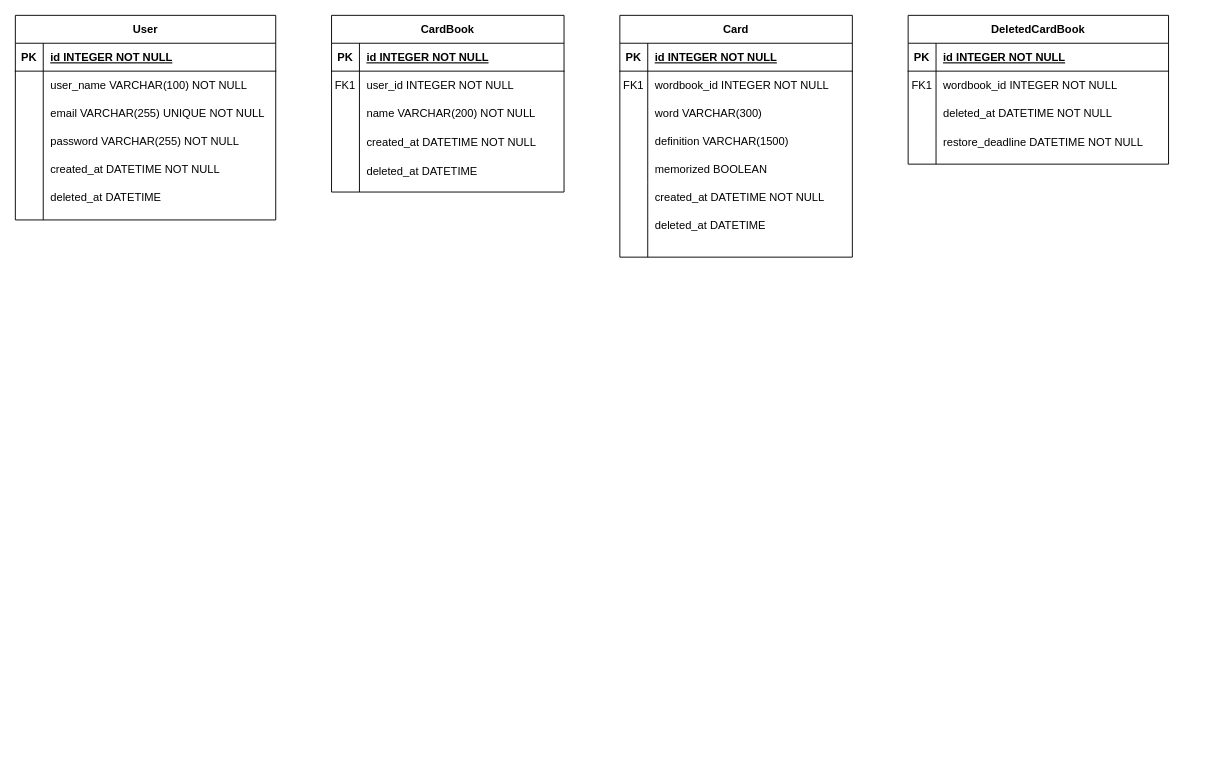
osakanae/tango keeps this draw.io diagram as tango_er.drawio. Above is the earlier version. Source tidied: cells renumbered, new cells numbered last; positions are measured from the earlier drawing's top-left corner, leaving out a move shared by most shapes. Both pictures are drawn from the tidied source at 93%, with x=0, y=0 at pixel (15, 15).
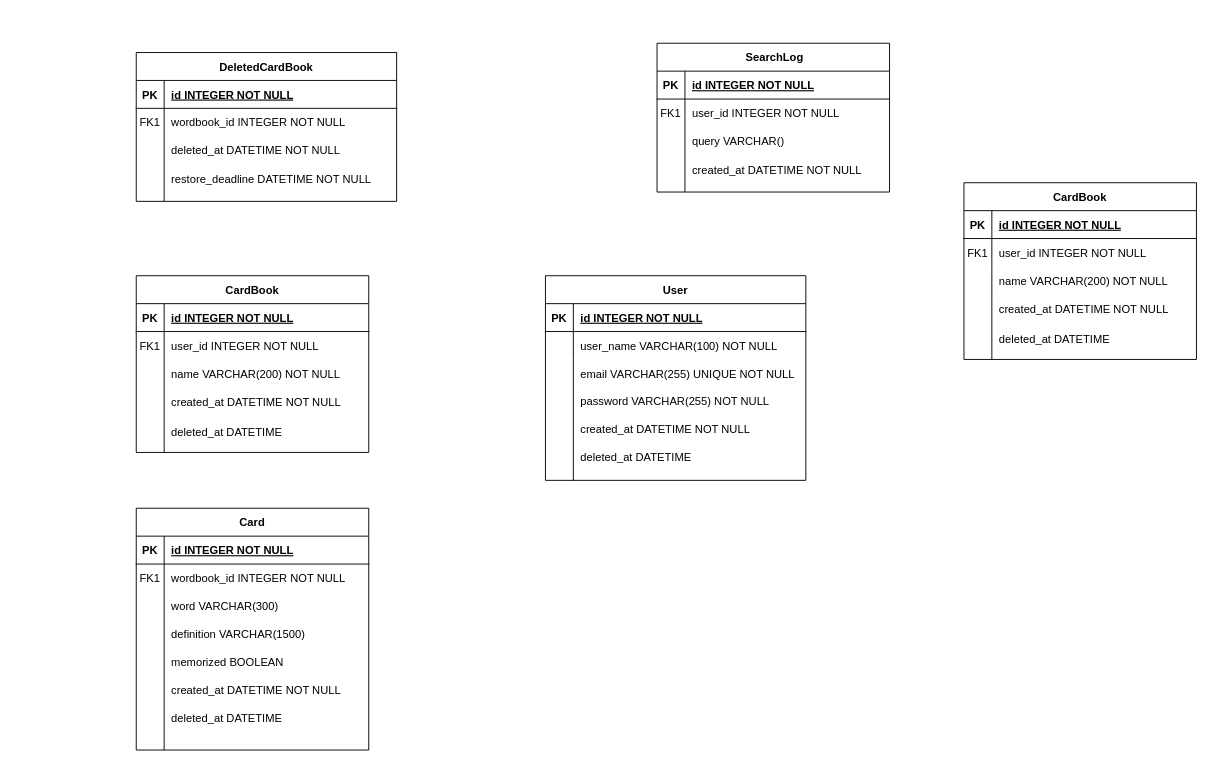
Above is the later version.

Commit message (it also covers changes not shown here):
tango_er.drawio を更新します

The change refers to these unchanged cells:
```xml
<mxCell id="34" style="group;" parent="33" vertex="1">
  <mxGeometry width="250" height="260" as="geometry" />
</mxCell>
```

The edit, as a diff of the source:
```diff
@@
     <mxCell id="2" style="group;" parent="1" vertex="1">
-      <mxGeometry width="280" height="220" as="geometry" />
+      <mxGeometry x="570" y="280" width="280" height="220" as="geometry" />
     </mxCell>
@@
     <mxCell id="16" style="group;" parent="1" vertex="1">
-      <mxGeometry x="340" width="250" height="190" as="geometry" />
+      <mxGeometry x="130" y="280" width="250" height="190" as="geometry" />
     </mxCell>
@@
+    <mxCell id="51" style="group;" parent="1" vertex="1">
+      <mxGeometry x="130" y="40" width="280" height="190" as="geometry" />
+    </mxCell>
+    <mxCell id="52" style="endArrow=none;html=1;rounded=0;" parent="51" edge="1">
+      <mxGeometry relative="1" as="geometry">
+        <mxPoint x="30" y="160" as="sourcePoint" />
+        <mxPoint x="30" y="120" as="targetPoint" />
+      </mxGeometry>
+    </mxCell>
+    <mxCell id="53" style="group;" parent="51" vertex="1">
+      <mxGeometry width="280" height="190" as="geometry" />
+    </mxCell>
+    <mxCell id="54" value="DeletedCardBook" style="shape=table;startSize=30;childLayout=tableLayout;rowLines=0;fontStyle=1;align=center;" parent="53" vertex="1">
+      <mxGeometry width="280" height="160" as="geometry" />
+    </mxCell>
+    <mxCell id="55" style="shape=partialRectangle;fillColor=none;top=0;left=0;right=0;bottom=1;" parent="54" vertex="1">
+      <mxGeometry y="30" width="280" height="30" as="geometry" />
+    </mxCell>
+    <mxCell id="56" value="PK" style="shape=partialRectangle;overflow=hidden;fillColor=none;top=0;left=0;bottom=0;right=0;fontStyle=1;" parent="55" vertex="1">
+      <mxGeometry width="30" height="30" as="geometry" />
+    </mxCell>
+    <mxCell id="57" value="id INTEGER NOT NULL " style="shape=partialRectangle;overflow=hidden;fillColor=none;top=0;left=0;bottom=0;right=0;align=left;spacingLeft=6;fontStyle=5;" parent="55" vertex="1">
+      <mxGeometry x="30" width="250" height="30" as="geometry" />
+    </mxCell>
+    <mxCell id="58" style="shape=partialRectangle;fillColor=none;top=0;left=0;right=0;bottom=0;" parent="54" vertex="1">
+      <mxGeometry y="60" width="280" height="30" as="geometry" />
+    </mxCell>
+    <mxCell id="59" value="FK1" style="shape=partialRectangle;overflow=hidden;fillColor=none;top=0;left=0;bottom=0;right=0;" parent="58" vertex="1">
+      <mxGeometry width="30" height="30" as="geometry" />
+    </mxCell>
+    <mxCell id="60" value="wordbook_id INTEGER NOT NULL" style="shape=partialRectangle;overflow=hidden;fillColor=none;top=0;left=0;bottom=0;right=0;align=left;spacingLeft=6;" parent="58" vertex="1">
+      <mxGeometry x="30" width="250" height="30" as="geometry" />
+    </mxCell>
+    <mxCell id="61" style="shape=partialRectangle;fillColor=none;top=0;left=0;right=0;bottom=0;" parent="54" vertex="1">
+      <mxGeometry y="90" width="280" height="30" as="geometry" />
+    </mxCell>
+    <mxCell id="62" style="shape=partialRectangle;overflow=hidden;fillColor=none;top=0;left=0;bottom=0;right=0;" parent="61" vertex="1">
+      <mxGeometry width="30" height="30" as="geometry" />
+    </mxCell>
+    <mxCell id="63" value="deleted_at DATETIME NOT NULL" style="shape=partialRectangle;overflow=hidden;fillColor=none;top=0;left=0;bottom=0;right=0;align=left;spacingLeft=6;" parent="61" vertex="1">
+      <mxGeometry x="30" width="250" height="30" as="geometry" />
+    </mxCell>
+    <mxCell id="64" value="restore_deadline DATETIME NOT NULL" style="shape=partialRectangle;overflow=hidden;fillColor=none;top=0;left=0;bottom=0;right=0;align=left;spacingLeft=6;" parent="53" vertex="1">
+      <mxGeometry x="30" y="120" width="240" height="31.7" as="geometry" />
+    </mxCell>
+    <mxCell id="65" style="group;" parent="1" vertex="1">
+      <mxGeometry x="130" y="530" width="250" height="260" as="geometry" />
+    </mxCell>
-    <mxCell id="31" style="group;" parent="1" vertex="1">
-      <mxGeometry x="650" width="250" height="260" as="geometry" />
+    <mxCell id="31" style="group;" parent="65" vertex="1">
+      <mxGeometry width="250" height="260" as="geometry" />
     </mxCell>
@@
+    <mxCell id="66" style="group;" parent="34" vertex="1">
+      <mxGeometry width="250" height="260" as="geometry" />
+    </mxCell>
-    <mxCell id="35" value="Card" style="shape=table;startSize=30;childLayout=tableLayout;rowLines=0;fontStyle=1;align=center;" parent="34" vertex="1">
+    <mxCell id="35" value="Card" style="shape=table;startSize=30;childLayout=tableLayout;rowLines=0;fontStyle=1;align=center;" parent="66" vertex="1">
       <mxGeometry width="250" height="260" as="geometry" />
     </mxCell>
@@
-    <mxCell id="45" value="created_at DATETIME NOT NULL" style="shape=partialRectangle;overflow=hidden;fillColor=none;top=0;left=0;bottom=0;right=0;align=left;spacingLeft=6;" parent="34" vertex="1">
+    <mxCell id="45" value="created_at DATETIME NOT NULL" style="shape=partialRectangle;overflow=hidden;fillColor=none;top=0;left=0;bottom=0;right=0;align=left;spacingLeft=6;" parent="66" vertex="1">
       <mxGeometry x="30" y="180" width="220" height="30" as="geometry" />
     </mxCell>
-    <mxCell id="46" value="deleted_at DATETIME" style="shape=partialRectangle;overflow=hidden;fillColor=none;top=0;left=0;bottom=0;right=0;align=left;spacingLeft=6;" parent="34" vertex="1">
+    <mxCell id="46" value="deleted_at DATETIME" style="shape=partialRectangle;overflow=hidden;fillColor=none;top=0;left=0;bottom=0;right=0;align=left;spacingLeft=6;" parent="66" vertex="1">
       <mxGeometry x="30" y="210" width="220" height="30" as="geometry" />
     </mxCell>
-    <mxCell id="47" value="definition VARCHAR(1500) " style="shape=partialRectangle;overflow=hidden;fillColor=none;top=0;left=0;bottom=0;right=0;align=left;spacingLeft=6;" parent="34" vertex="1" collapsed="1">
+    <mxCell id="47" value="definition VARCHAR(1500) " style="shape=partialRectangle;overflow=hidden;fillColor=none;top=0;left=0;bottom=0;right=0;align=left;spacingLeft=6;" parent="66" vertex="1" collapsed="1">
       <mxGeometry x="30" y="120" width="220" height="30" as="geometry" />
     </mxCell>
-    <mxCell id="48" value="memorized BOOLEAN" style="shape=partialRectangle;overflow=hidden;fillColor=none;top=0;left=0;bottom=0;right=0;align=left;spacingLeft=6;" parent="34" vertex="1">
+    <mxCell id="48" value="memorized BOOLEAN" style="shape=partialRectangle;overflow=hidden;fillColor=none;top=0;left=0;bottom=0;right=0;align=left;spacingLeft=6;" parent="66" vertex="1">
       <mxGeometry x="30" y="150" width="220" height="30" as="geometry" />
     </mxCell>
-    <mxCell id="49" style="endArrow=none;html=1;rounded=0;" parent="1" edge="1">
+    <mxCell id="49" style="endArrow=none;html=1;rounded=0;" parent="65" edge="1">
       <mxGeometry relative="1" as="geometry">
-        <mxPoint x="680" y="180" as="sourcePoint" />
-        <mxPoint x="680" y="260" as="targetPoint" />
+        <mxPoint x="30" y="180" as="sourcePoint" />
+        <mxPoint x="30" y="260" as="targetPoint" />
       </mxGeometry>
     </mxCell>
@@
-    <mxCell id="51" style="group;" parent="1" vertex="1">
-      <mxGeometry x="960" width="280" height="190" as="geometry" />
-    </mxCell>
-    <mxCell id="52" style="endArrow=none;html=1;rounded=0;" parent="51" edge="1">
-      <mxGeometry relative="1" as="geometry">
-        <mxPoint x="30" y="160" as="sourcePoint" />
-        <mxPoint x="30" y="120" as="targetPoint" />
-      </mxGeometry>
-    </mxCell>
-    <mxCell id="53" style="group;" parent="51" vertex="1">
-      <mxGeometry width="280" height="190" as="geometry" />
-    </mxCell>
-    <mxCell id="54" value="DeletedCardBook" style="shape=table;startSize=30;childLayout=tableLayout;rowLines=0;fontStyle=1;align=center;" parent="53" vertex="1">
-      <mxGeometry width="280" height="160" as="geometry" />
-    </mxCell>
-    <mxCell id="55" style="shape=partialRectangle;fillColor=none;top=0;left=0;right=0;bottom=1;" parent="54" vertex="1">
-      <mxGeometry y="30" width="280" height="30" as="geometry" />
-    </mxCell>
-    <mxCell id="56" value="PK" style="shape=partialRectangle;overflow=hidden;fillColor=none;top=0;left=0;bottom=0;right=0;fontStyle=1;" parent="55" vertex="1">
-      <mxGeometry width="30" height="30" as="geometry" />
-    </mxCell>
-    <mxCell id="57" value="id INTEGER NOT NULL " style="shape=partialRectangle;overflow=hidden;fillColor=none;top=0;left=0;bottom=0;right=0;align=left;spacingLeft=6;fontStyle=5;" parent="55" vertex="1">
-      <mxGeometry x="30" width="250" height="30" as="geometry" />
-    </mxCell>
-    <mxCell id="58" style="shape=partialRectangle;fillColor=none;top=0;left=0;right=0;bottom=0;" parent="54" vertex="1">
-      <mxGeometry y="60" width="280" height="30" as="geometry" />
-    </mxCell>
-    <mxCell id="59" value="FK1" style="shape=partialRectangle;overflow=hidden;fillColor=none;top=0;left=0;bottom=0;right=0;" parent="58" vertex="1">
-      <mxGeometry width="30" height="30" as="geometry" />
-    </mxCell>
-    <mxCell id="60" value="wordbook_id INTEGER NOT NULL" style="shape=partialRectangle;overflow=hidden;fillColor=none;top=0;left=0;bottom=0;right=0;align=left;spacingLeft=6;" parent="58" vertex="1">
-      <mxGeometry x="30" width="250" height="30" as="geometry" />
-    </mxCell>
-    <mxCell id="61" style="shape=partialRectangle;fillColor=none;top=0;left=0;right=0;bottom=0;" parent="54" vertex="1">
-      <mxGeometry y="90" width="280" height="30" as="geometry" />
-    </mxCell>
-    <mxCell id="62" style="shape=partialRectangle;overflow=hidden;fillColor=none;top=0;left=0;bottom=0;right=0;" parent="61" vertex="1">
-      <mxGeometry width="30" height="30" as="geometry" />
-    </mxCell>
-    <mxCell id="63" value="deleted_at DATETIME NOT NULL" style="shape=partialRectangle;overflow=hidden;fillColor=none;top=0;left=0;bottom=0;right=0;align=left;spacingLeft=6;" parent="61" vertex="1">
-      <mxGeometry x="30" width="250" height="30" as="geometry" />
-    </mxCell>
-    <mxCell id="64" value="restore_deadline DATETIME NOT NULL" style="shape=partialRectangle;overflow=hidden;fillColor=none;top=0;left=0;bottom=0;right=0;align=left;spacingLeft=6;" parent="53" vertex="1">
-      <mxGeometry x="30" y="120" width="240" height="31.7" as="geometry" />
-    </mxCell>
+    <mxCell id="67" style="group;" parent="1" vertex="1">
+      <mxGeometry x="690" y="30" width="250" height="190" as="geometry" />
+    </mxCell>
+    <mxCell id="68" style="endArrow=none;html=1;rounded=0;entryX=0.12;entryY=0.995;entryDx=0;entryDy=0;entryPerimeter=0;" parent="67" edge="1" target="77">
+      <mxGeometry relative="1" as="geometry">
+        <mxPoint x="30" y="160" as="sourcePoint" />
+      </mxGeometry>
+    </mxCell>
+    <mxCell id="69" style="group;" parent="67" vertex="1">
+      <mxGeometry width="250" height="190" as="geometry" />
+    </mxCell>
+    <mxCell id="70" value=" SearchLog" style="shape=table;startSize=30;childLayout=tableLayout;rowLines=0;fontStyle=1;align=center;" parent="69" vertex="1">
+      <mxGeometry width="250" height="160" as="geometry" />
+    </mxCell>
+    <mxCell id="71" style="shape=partialRectangle;fillColor=none;top=0;left=0;right=0;bottom=1;" parent="70" vertex="1">
+      <mxGeometry y="30" width="250" height="30" as="geometry" />
+    </mxCell>
+    <mxCell id="72" value="PK" style="shape=partialRectangle;overflow=hidden;fillColor=none;top=0;left=0;bottom=0;right=0;fontStyle=1;" parent="71" vertex="1">
+      <mxGeometry width="30" height="30" as="geometry" />
+    </mxCell>
+    <mxCell id="73" value="id INTEGER NOT NULL " style="shape=partialRectangle;overflow=hidden;fillColor=none;top=0;left=0;bottom=0;right=0;align=left;spacingLeft=6;fontStyle=5;" parent="71" vertex="1">
+      <mxGeometry x="30" width="220" height="30" as="geometry" />
+    </mxCell>
+    <mxCell id="74" style="shape=partialRectangle;fillColor=none;top=0;left=0;right=0;bottom=0;" parent="70" vertex="1">
+      <mxGeometry y="60" width="250" height="30" as="geometry" />
+    </mxCell>
+    <mxCell id="75" value="FK1" style="shape=partialRectangle;overflow=hidden;fillColor=none;top=0;left=0;bottom=0;right=0;" parent="74" vertex="1">
+      <mxGeometry width="30" height="30" as="geometry" />
+    </mxCell>
+    <mxCell id="76" value="user_id INTEGER NOT NULL" style="shape=partialRectangle;overflow=hidden;fillColor=none;top=0;left=0;bottom=0;right=0;align=left;spacingLeft=6;" parent="74" vertex="1">
+      <mxGeometry x="30" width="220" height="30" as="geometry" />
+    </mxCell>
+    <mxCell id="77" style="shape=partialRectangle;fillColor=none;points=[[0,0.5],[1,0.5]];portConstraint=eastwest;top=0;left=0;right=0;bottom=0;" parent="70" vertex="1">
+      <mxGeometry y="90" width="250" height="30" as="geometry" />
+    </mxCell>
+    <mxCell id="78" style="shape=partialRectangle;overflow=hidden;fillColor=none;top=0;left=0;bottom=0;right=0;" parent="77" vertex="1">
+      <mxGeometry width="30" height="30" as="geometry" />
+    </mxCell>
+    <mxCell id="79" value="query VARCHAR()" style="shape=partialRectangle;overflow=hidden;fillColor=none;top=0;left=0;bottom=0;right=0;align=left;spacingLeft=6;" parent="77" vertex="1">
+      <mxGeometry x="30" width="220" height="30" as="geometry" />
+    </mxCell>
+    <mxCell id="80" value="created_at DATETIME NOT NULL" style="shape=partialRectangle;overflow=hidden;fillColor=none;top=0;left=0;bottom=0;right=0;align=left;spacingLeft=6;" parent="69" vertex="1">
+      <mxGeometry x="30" y="120" width="220" height="31.7" as="geometry" />
+    </mxCell>
+    <mxCell id="81" style="group;" parent="1" vertex="1">
+      <mxGeometry x="1020" y="180" width="250" height="190" as="geometry" />
+    </mxCell>
+    <mxCell id="82" style="endArrow=none;html=1;rounded=0;entryX=0.12;entryY=0.995;entryDx=0;entryDy=0;entryPerimeter=0;" parent="81" edge="1" target="91">
+      <mxGeometry relative="1" as="geometry">
+        <mxPoint x="30" y="190" as="sourcePoint" />
+      </mxGeometry>
+    </mxCell>
+    <mxCell id="83" style="group;" parent="81" vertex="1">
+      <mxGeometry width="250" height="190" as="geometry" />
+    </mxCell>
+    <mxCell id="84" value="CardBook" style="shape=table;startSize=30;childLayout=tableLayout;rowLines=0;fontStyle=1;align=center;" parent="83" vertex="1">
+      <mxGeometry width="250" height="190" as="geometry" />
+    </mxCell>
+    <mxCell id="85" style="shape=partialRectangle;fillColor=none;top=0;left=0;right=0;bottom=1;" parent="84" vertex="1">
+      <mxGeometry y="30" width="250" height="30" as="geometry" />
+    </mxCell>
+    <mxCell id="86" value="PK" style="shape=partialRectangle;overflow=hidden;fillColor=none;top=0;left=0;bottom=0;right=0;fontStyle=1;" parent="85" vertex="1">
+      <mxGeometry width="30" height="30" as="geometry" />
+    </mxCell>
+    <mxCell id="87" value="id INTEGER NOT NULL " style="shape=partialRectangle;overflow=hidden;fillColor=none;top=0;left=0;bottom=0;right=0;align=left;spacingLeft=6;fontStyle=5;" parent="85" vertex="1">
+      <mxGeometry x="30" width="220" height="30" as="geometry" />
+    </mxCell>
+    <mxCell id="88" style="shape=partialRectangle;fillColor=none;top=0;left=0;right=0;bottom=0;" parent="84" vertex="1">
+      <mxGeometry y="60" width="250" height="30" as="geometry" />
+    </mxCell>
+    <mxCell id="89" value="FK1" style="shape=partialRectangle;overflow=hidden;fillColor=none;top=0;left=0;bottom=0;right=0;" parent="88" vertex="1">
+      <mxGeometry width="30" height="30" as="geometry" />
+    </mxCell>
+    <mxCell id="90" value="user_id INTEGER NOT NULL" style="shape=partialRectangle;overflow=hidden;fillColor=none;top=0;left=0;bottom=0;right=0;align=left;spacingLeft=6;" parent="88" vertex="1">
+      <mxGeometry x="30" width="220" height="30" as="geometry" />
+    </mxCell>
+    <mxCell id="91" style="shape=partialRectangle;fillColor=none;points=[[0,0.5],[1,0.5]];portConstraint=eastwest;top=0;left=0;right=0;bottom=0;" parent="84" vertex="1">
+      <mxGeometry y="90" width="250" height="30" as="geometry" />
+    </mxCell>
+    <mxCell id="92" style="shape=partialRectangle;overflow=hidden;fillColor=none;top=0;left=0;bottom=0;right=0;" parent="91" vertex="1">
+      <mxGeometry width="30" height="30" as="geometry" />
+    </mxCell>
+    <mxCell id="93" value="name VARCHAR(200) NOT NULL" style="shape=partialRectangle;overflow=hidden;fillColor=none;top=0;left=0;bottom=0;right=0;align=left;spacingLeft=6;" parent="91" vertex="1">
+      <mxGeometry x="30" width="220" height="30" as="geometry" />
+    </mxCell>
+    <mxCell id="94" value="created_at DATETIME NOT NULL" style="shape=partialRectangle;overflow=hidden;fillColor=none;top=0;left=0;bottom=0;right=0;align=left;spacingLeft=6;" parent="83" vertex="1">
+      <mxGeometry x="30" y="120" width="220" height="31.7" as="geometry" />
+    </mxCell>
+    <mxCell id="95" value="deleted_at DATETIME" style="shape=partialRectangle;overflow=hidden;fillColor=none;top=0;left=0;bottom=0;right=0;align=left;spacingLeft=6;" parent="83" vertex="1">
+      <mxGeometry x="30" y="151.7" width="220" height="31.7" as="geometry" />
+    </mxCell>
```
